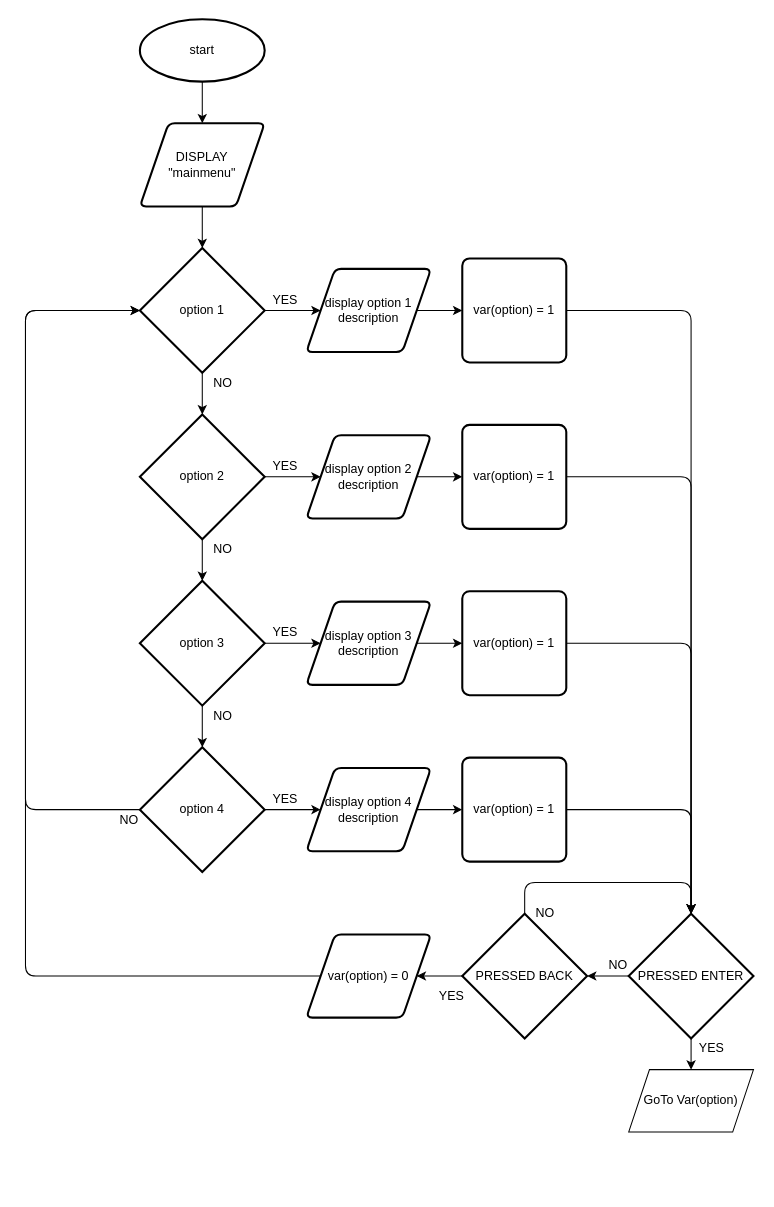
This is page "Main menu" (1 of 2) of Main Python Project/writeup/Flow charts.drawio from Wytonjedi/Alevel-Python-Project, a draw.io file, before an edit. Source tidied: cells renumbered, new cells numbered last; positions are measured from the earlier drawing's top-left corner, leaving out a move shared by most shapes. Both pictures are drawn from the tidied source at 104%, with x=0, y=0 at pixel (25, 19).
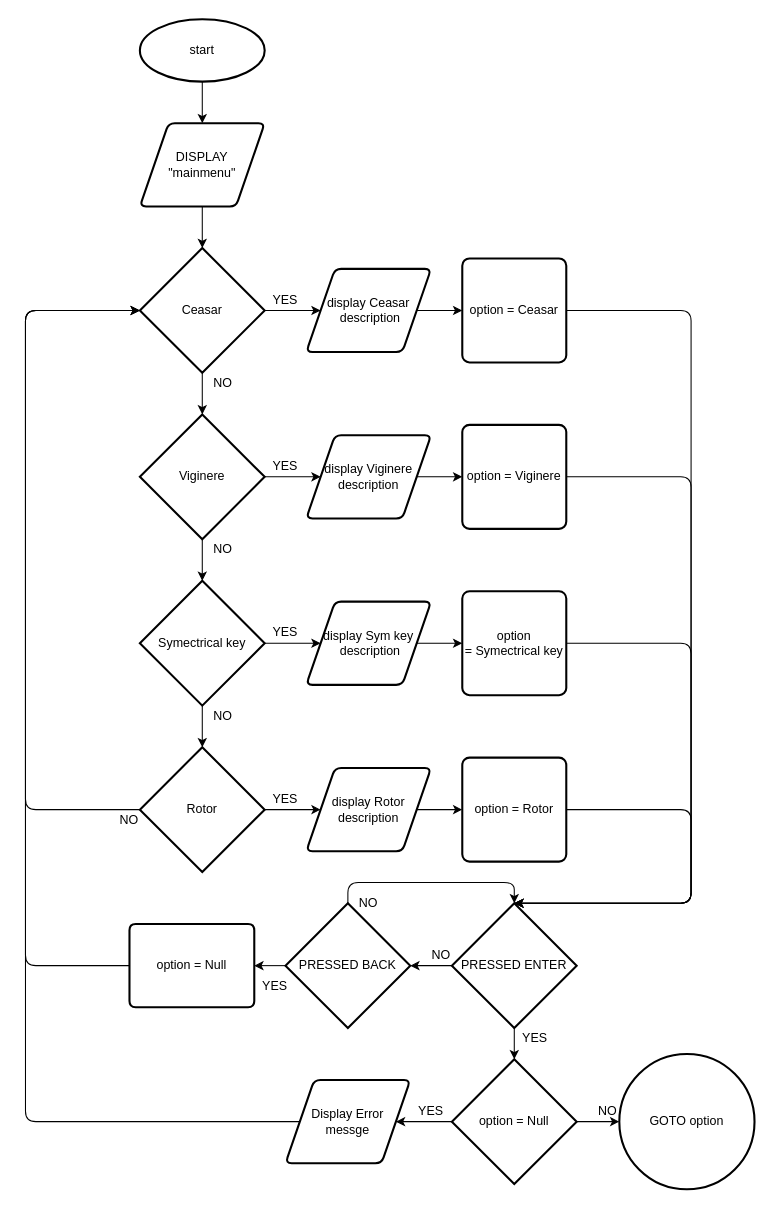
After the change.

The edit, as a diff of the source:
```diff
@@
-    <mxCell id="8" value="option 1" style="strokeWidth=2;html=1;shape=mxgraph.flowchart.decision;whiteSpace=wrap;" parent="1" vertex="1">
+    <mxCell id="8" value="Ceasar" style="strokeWidth=2;html=1;shape=mxgraph.flowchart.decision;whiteSpace=wrap;" parent="1" vertex="1">
       <mxGeometry x="110" y="220" width="120" height="120" as="geometry" />
     </mxCell>
@@
-    <mxCell id="11" value="option 2" style="strokeWidth=2;html=1;shape=mxgraph.flowchart.decision;whiteSpace=wrap;" parent="1" vertex="1">
+    <mxCell id="11" value="Viginere" style="strokeWidth=2;html=1;shape=mxgraph.flowchart.decision;whiteSpace=wrap;" parent="1" vertex="1">
       <mxGeometry x="110" y="380" width="120" height="120" as="geometry" />
     </mxCell>
@@
-    <mxCell id="13" value="option 4" style="strokeWidth=2;html=1;shape=mxgraph.flowchart.decision;whiteSpace=wrap;" parent="1" vertex="1">
+    <mxCell id="13" value="Rotor" style="strokeWidth=2;html=1;shape=mxgraph.flowchart.decision;whiteSpace=wrap;" parent="1" vertex="1">
       <mxGeometry x="110" y="700" width="120" height="120" as="geometry" />
     </mxCell>
@@
-    <mxCell id="16" value="option 3" style="strokeWidth=2;html=1;shape=mxgraph.flowchart.decision;whiteSpace=wrap;" parent="1" vertex="1">
+    <mxCell id="16" value="Symectrical key" style="strokeWidth=2;html=1;shape=mxgraph.flowchart.decision;whiteSpace=wrap;" parent="1" vertex="1">
       <mxGeometry x="110" y="540" width="120" height="120" as="geometry" />
     </mxCell>
@@
-    <mxCell id="18" value="display option 1 description" style="shape=parallelogram;html=1;strokeWidth=2;perimeter=parallelogramPerimeter;whiteSpace=wrap;rounded=1;arcSize=12;size=0.23;" parent="1" vertex="1">
+    <mxCell id="18" value="display Ceasar&lt;br&gt;&amp;nbsp;description" style="shape=parallelogram;html=1;strokeWidth=2;perimeter=parallelogramPerimeter;whiteSpace=wrap;rounded=1;arcSize=12;size=0.23;" parent="1" vertex="1">
       <mxGeometry x="270" y="240" width="120" height="80" as="geometry" />
     </mxCell>
@@
-    <mxCell id="20" value="display option 4 description" style="shape=parallelogram;html=1;strokeWidth=2;perimeter=parallelogramPerimeter;whiteSpace=wrap;rounded=1;arcSize=12;size=0.23;" parent="1" vertex="1">
+    <mxCell id="20" value="display Rotor description" style="shape=parallelogram;html=1;strokeWidth=2;perimeter=parallelogramPerimeter;whiteSpace=wrap;rounded=1;arcSize=12;size=0.23;" parent="1" vertex="1">
       <mxGeometry x="270" y="720" width="120" height="80" as="geometry" />
     </mxCell>
@@
-    <mxCell id="22" value="display option 2 description" style="shape=parallelogram;html=1;strokeWidth=2;perimeter=parallelogramPerimeter;whiteSpace=wrap;rounded=1;arcSize=12;size=0.23;" parent="1" vertex="1">
+    <mxCell id="22" value="display Viginere description" style="shape=parallelogram;html=1;strokeWidth=2;perimeter=parallelogramPerimeter;whiteSpace=wrap;rounded=1;arcSize=12;size=0.23;" parent="1" vertex="1">
       <mxGeometry x="270" y="400" width="120" height="80" as="geometry" />
     </mxCell>
@@
-    <mxCell id="24" value="display option 3 description" style="shape=parallelogram;html=1;strokeWidth=2;perimeter=parallelogramPerimeter;whiteSpace=wrap;rounded=1;arcSize=12;size=0.23;" parent="1" vertex="1">
+    <mxCell id="24" value="display Sym key&lt;br&gt;&amp;nbsp;description" style="shape=parallelogram;html=1;strokeWidth=2;perimeter=parallelogramPerimeter;whiteSpace=wrap;rounded=1;arcSize=12;size=0.23;" parent="1" vertex="1">
       <mxGeometry x="270" y="560" width="120" height="80" as="geometry" />
     </mxCell>
@@
-    <mxCell id="32" style="edgeStyle=orthogonalEdgeStyle;rounded=0;jettySize=auto;html=1;" parent="1" edge="1" source="34" target="35">
-      <mxGeometry relative="1" as="geometry" />
-    </mxCell>
@@
     <mxCell id="34" value="PRESSED ENTER" style="strokeWidth=2;html=1;shape=mxgraph.flowchart.decision;whiteSpace=wrap;" parent="1" vertex="1">
-      <mxGeometry x="580" y="860" width="120" height="120" as="geometry" />
+      <mxGeometry x="410" y="850" width="120" height="120" as="geometry" />
     </mxCell>
-    <mxCell id="35" value="GoTo Var(option)" style="shape=parallelogram;perimeter=parallelogramPerimeter;whiteSpace=wrap;html=1;fixedSize=1;" parent="1" vertex="1">
-      <mxGeometry x="580" y="1010" width="120" height="60" as="geometry" />
-    </mxCell>
     <mxCell id="36" value="YES" style="text;html=1;strokeColor=none;fillColor=none;align=center;verticalAlign=middle;whiteSpace=wrap;rounded=0;" parent="1" vertex="1">
-      <mxGeometry x="640" y="980" width="40" height="20" as="geometry" />
+      <mxGeometry x="470" y="970" width="40" height="20" as="geometry" />
     </mxCell>
     <mxCell id="37" value="NO" style="text;html=1;strokeColor=none;fillColor=none;align=center;verticalAlign=middle;whiteSpace=wrap;rounded=0;" parent="1" vertex="1">
-      <mxGeometry x="550" y="900" width="40" height="20" as="geometry" />
+      <mxGeometry x="380" y="890" width="40" height="20" as="geometry" />
     </mxCell>
     <mxCell id="38" value="PRESSED BACK" style="strokeWidth=2;html=1;shape=mxgraph.flowchart.decision;whiteSpace=wrap;" parent="1" vertex="1">
-      <mxGeometry x="420" y="860" width="120" height="120" as="geometry" />
+      <mxGeometry x="250" y="850" width="120" height="120" as="geometry" />
     </mxCell>
     <mxCell id="39" style="endArrow=classic;html=1;entryX=0.5;entryY=0;entryDx=0;entryDy=0;entryPerimeter=0;exitX=1;exitY=0.5;exitDx=0;exitDy=0;" parent="1" edge="1" source="50" target="34">
       <mxGeometry relative="1" as="geometry">
         <Array as="points">
           <mxPoint x="640" y="760" />
+          <mxPoint x="640" y="850" />
         </Array>
       </mxGeometry>
     </mxCell>
     <mxCell id="40" style="endArrow=classic;html=1;entryX=0.5;entryY=0;entryDx=0;entryDy=0;entryPerimeter=0;exitX=1;exitY=0.5;exitDx=0;exitDy=0;" parent="1" edge="1" source="51" target="34">
       <mxGeometry relative="1" as="geometry">
         <Array as="points">
           <mxPoint x="640" y="600" />
+          <mxPoint x="640" y="850" />
         </Array>
       </mxGeometry>
     </mxCell>
     <mxCell id="41" style="endArrow=classic;html=1;entryX=0.5;entryY=0;entryDx=0;entryDy=0;entryPerimeter=0;exitX=1;exitY=0.5;exitDx=0;exitDy=0;" parent="1" edge="1" source="52" target="34">
       <mxGeometry relative="1" as="geometry">
         <Array as="points">
           <mxPoint x="640" y="440" />
+          <mxPoint x="640" y="850" />
         </Array>
       </mxGeometry>
     </mxCell>
     <mxCell id="42" style="endArrow=classic;html=1;entryX=0.5;entryY=0;entryDx=0;entryDy=0;entryPerimeter=0;exitX=1;exitY=0.5;exitDx=0;exitDy=0;" parent="1" edge="1" source="49" target="34">
       <mxGeometry relative="1" as="geometry">
         <Array as="points">
           <mxPoint x="640" y="280" />
+          <mxPoint x="640" y="850" />
         </Array>
       </mxGeometry>
     </mxCell>
     <mxCell id="43" style="endArrow=classic;html=1;exitX=0.5;exitY=0;exitDx=0;exitDy=0;exitPerimeter=0;entryX=0.5;entryY=0;entryDx=0;entryDy=0;entryPerimeter=0;" parent="1" edge="1" source="38" target="34">
       <mxGeometry relative="1" as="geometry">
         <Array as="points">
-          <mxPoint x="480" y="830" />
-          <mxPoint x="640" y="830" />
+          <mxPoint x="310" y="830" />
+          <mxPoint x="470" y="830" />
         </Array>
       </mxGeometry>
     </mxCell>
     <mxCell id="44" value="NO" style="text;html=1;strokeColor=none;fillColor=none;align=center;verticalAlign=middle;whiteSpace=wrap;rounded=0;" parent="1" vertex="1">
-      <mxGeometry x="480" y="850" width="40" height="20" as="geometry" />
+      <mxGeometry x="310" y="840" width="40" height="20" as="geometry" />
     </mxCell>
     <mxCell id="45" value="YES" style="text;html=1;strokeColor=none;fillColor=none;align=center;verticalAlign=middle;whiteSpace=wrap;rounded=0;" parent="1" vertex="1">
-      <mxGeometry x="390" y="930" width="40" height="20" as="geometry" />
+      <mxGeometry x="220" y="920" width="40" height="20" as="geometry" />
     </mxCell>
@@
-    <mxCell id="47" value="var(option) = 0" style="shape=parallelogram;html=1;strokeWidth=2;perimeter=parallelogramPerimeter;whiteSpace=wrap;rounded=1;arcSize=12;size=0.23;" parent="1" vertex="1">
-      <mxGeometry x="270" y="880" width="120" height="80" as="geometry" />
+    <mxCell id="47" value="option = Null" style="shape=parallelogram;html=1;strokeWidth=2;perimeter=parallelogramPerimeter;whiteSpace=wrap;rounded=1;arcSize=12;size=0;" parent="1" vertex="1">
+      <mxGeometry x="100" y="870" width="120" height="80" as="geometry" />
     </mxCell>
     <mxCell id="48" style="endArrow=classic;html=1;exitX=0;exitY=0.5;exitDx=0;exitDy=0;entryX=0;entryY=0.5;entryDx=0;entryDy=0;entryPerimeter=0;" parent="1" edge="1" source="47" target="8">
       <mxGeometry relative="1" as="geometry">
         <Array as="points">
-          <mxPoint y="920" />
+          <mxPoint y="910" />
           <mxPoint y="280" />
         </Array>
       </mxGeometry>
     </mxCell>
-    <mxCell id="49" value="&lt;span&gt;var(option) = 1&lt;/span&gt;" style="rounded=1;whiteSpace=wrap;html=1;absoluteArcSize=1;arcSize=14;strokeWidth=2;" parent="1" vertex="1">
+    <mxCell id="49" value="&lt;span&gt;option =&amp;nbsp;&lt;/span&gt;Ceasar" style="rounded=1;whiteSpace=wrap;html=1;absoluteArcSize=1;arcSize=14;strokeWidth=2;" parent="1" vertex="1">
       <mxGeometry x="420" y="230" width="100" height="100" as="geometry" />
     </mxCell>
-    <mxCell id="50" value="&lt;span&gt;var(option) = 1&lt;/span&gt;" style="rounded=1;whiteSpace=wrap;html=1;absoluteArcSize=1;arcSize=14;strokeWidth=2;" parent="1" vertex="1">
+    <mxCell id="50" value="&lt;span&gt;option = Rotor&lt;/span&gt;" style="rounded=1;whiteSpace=wrap;html=1;absoluteArcSize=1;arcSize=14;strokeWidth=2;" parent="1" vertex="1">
       <mxGeometry x="420" y="710" width="100" height="100" as="geometry" />
     </mxCell>
-    <mxCell id="51" value="&lt;span&gt;var(option) = 1&lt;/span&gt;" style="rounded=1;whiteSpace=wrap;html=1;absoluteArcSize=1;arcSize=14;strokeWidth=2;" parent="1" vertex="1">
+    <mxCell id="51" value="&lt;span&gt;option =&amp;nbsp;&lt;/span&gt;Symectrical key" style="rounded=1;whiteSpace=wrap;html=1;absoluteArcSize=1;arcSize=14;strokeWidth=2;" parent="1" vertex="1">
       <mxGeometry x="420" y="550" width="100" height="100" as="geometry" />
     </mxCell>
-    <mxCell id="52" value="&lt;span&gt;var(option) = 1&lt;/span&gt;" style="rounded=1;whiteSpace=wrap;html=1;absoluteArcSize=1;arcSize=14;strokeWidth=2;" parent="1" vertex="1">
+    <mxCell id="52" value="&lt;span&gt;option = Viginere&lt;/span&gt;" style="rounded=1;whiteSpace=wrap;html=1;absoluteArcSize=1;arcSize=14;strokeWidth=2;" parent="1" vertex="1">
       <mxGeometry x="420" y="390" width="100" height="100" as="geometry" />
     </mxCell>
@@
+    <mxCell id="55" value="option = Null" style="strokeWidth=2;html=1;shape=mxgraph.flowchart.decision;whiteSpace=wrap;" parent="1" vertex="1">
+      <mxGeometry x="410" y="1000" width="120" height="120" as="geometry" />
+    </mxCell>
+    <mxCell id="56" style="endArrow=classic;html=1;exitX=0.5;exitY=1;exitDx=0;exitDy=0;exitPerimeter=0;entryX=0.5;entryY=0;entryDx=0;entryDy=0;entryPerimeter=0;" parent="1" edge="1" source="34" target="55">
+      <mxGeometry relative="1" as="geometry" />
+    </mxCell>
+    <mxCell id="57" style="endArrow=classic;html=1;exitX=1;exitY=0.5;exitDx=0;exitDy=0;exitPerimeter=0;entryX=0;entryY=0.5;entryDx=0;entryDy=0;" parent="1" edge="1" source="55" target="63">
+      <mxGeometry relative="1" as="geometry" />
+    </mxCell>
+    <mxCell id="58" value="NO" style="text;html=1;strokeColor=none;fillColor=none;align=center;verticalAlign=middle;whiteSpace=wrap;rounded=0;" parent="1" vertex="1">
+      <mxGeometry x="540" y="1040" width="40" height="20" as="geometry" />
+    </mxCell>
+    <mxCell id="59" value="Display Error &lt;br&gt;messge" style="shape=parallelogram;html=1;strokeWidth=2;perimeter=parallelogramPerimeter;whiteSpace=wrap;rounded=1;arcSize=12;size=0.23;" parent="1" vertex="1">
+      <mxGeometry x="250" y="1020" width="120" height="80" as="geometry" />
+    </mxCell>
+    <mxCell id="60" style="endArrow=classic;html=1;exitX=0;exitY=0.5;exitDx=0;exitDy=0;exitPerimeter=0;entryX=1;entryY=0.5;entryDx=0;entryDy=0;" parent="1" edge="1" source="55" target="59">
+      <mxGeometry relative="1" as="geometry" />
+    </mxCell>
+    <mxCell id="61" value="YES" style="text;html=1;strokeColor=none;fillColor=none;align=center;verticalAlign=middle;whiteSpace=wrap;rounded=0;" parent="1" vertex="1">
+      <mxGeometry x="370" y="1040" width="40" height="20" as="geometry" />
+    </mxCell>
+    <mxCell id="62" style="endArrow=classic;html=1;exitX=0;exitY=0.5;exitDx=0;exitDy=0;entryX=0;entryY=0.5;entryDx=0;entryDy=0;entryPerimeter=0;" parent="1" edge="1" source="59" target="8">
+      <mxGeometry relative="1" as="geometry">
+        <Array as="points">
+          <mxPoint y="1060" />
+          <mxPoint y="280" />
+        </Array>
+      </mxGeometry>
+    </mxCell>
+    <mxCell id="63" value="GOTO option" style="ellipse;whiteSpace=wrap;html=1;strokeWidth=2;" parent="1" vertex="1">
+      <mxGeometry x="571" y="995" width="130" height="130" as="geometry" />
+    </mxCell>
```
